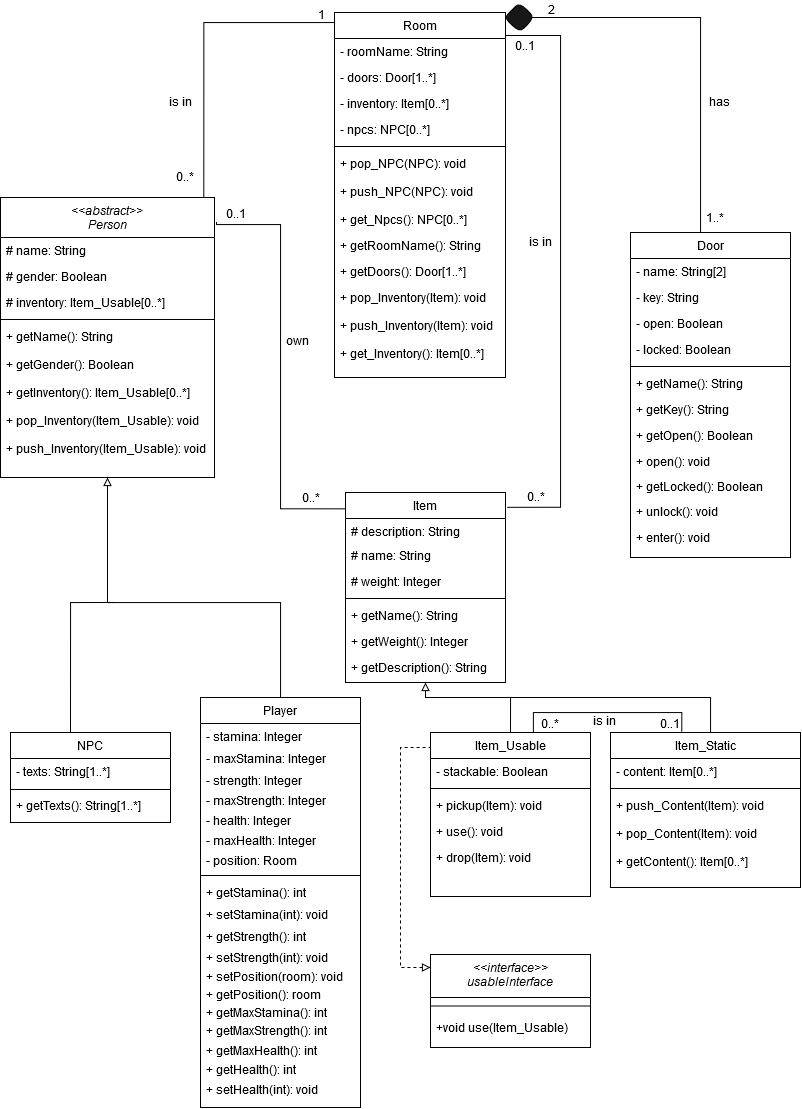
Earlier version of the draw.io export Klassendiagram.png (Elegond/AE-Text-Adventure). Source tidied: cells renumbered, new cells last; positions are measured from the earlier drawing's top-left corner, leaving out a move shared by most shapes.
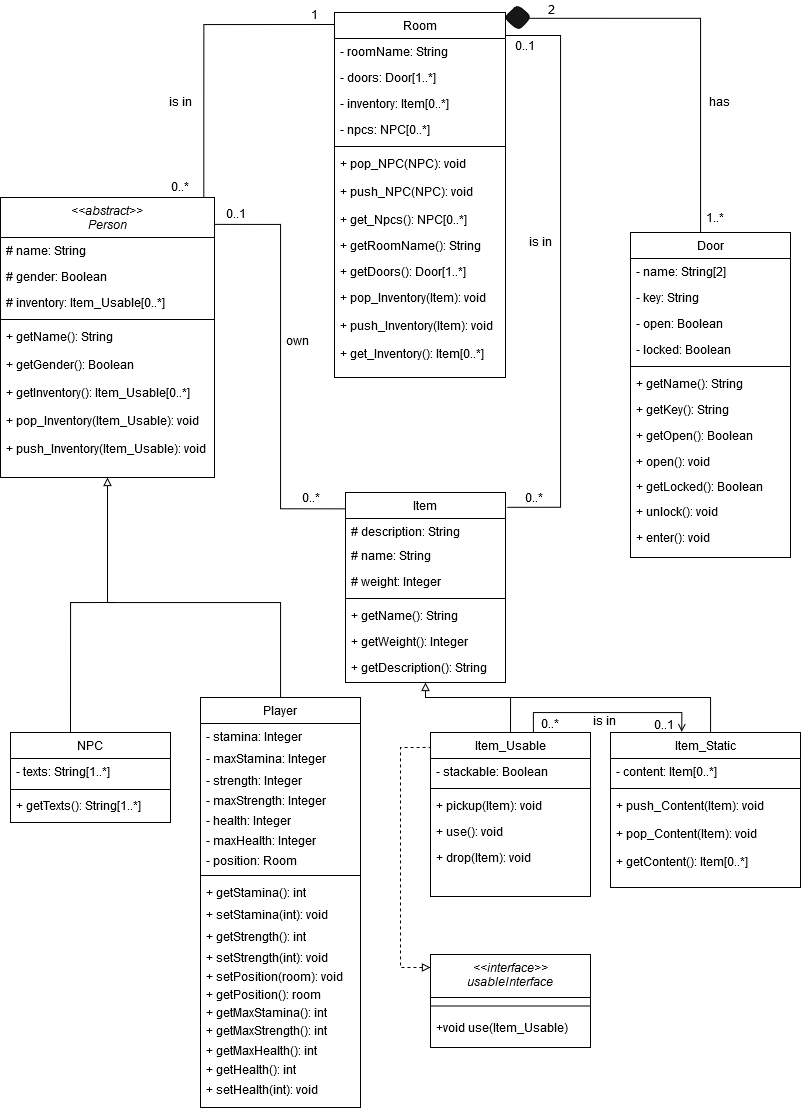
The same diagram one commit later.

What changed in the source:
```diff
@@ -2,11 +2,10 @@
   <root>
     <mxCell id="0" />
     <mxCell id="1" parent="0" />
-    <mxCell id="2" style="edgeStyle=orthogonalEdgeStyle;rounded=0;jettySize=auto;html=1;exitX=0.95;exitY=0.005;exitDx=0;exitDy=0;entryX=0;entryY=0;entryDx=0;entryDy=0;endArrow=none;endFill=0;exitPerimeter=0;" parent="1" edge="1" source="3" target="13">
+    <mxCell id="2" style="edgeStyle=orthogonalEdgeStyle;rounded=0;jettySize=auto;html=1;exitX=0.95;exitY=0.005;exitDx=0;exitDy=0;endArrow=none;endFill=0;exitPerimeter=0;entryX=1;entryY=1;entryDx=0;entryDy=0;" parent="1" edge="1" source="3" target="68">
       <mxGeometry relative="1" as="geometry">
         <Array as="points">
-          <mxPoint x="203" y="22" />
-          <mxPoint x="334" y="22" />
+          <mxPoint x="203" y="24" />
         </Array>
       </mxGeometry>
     </mxCell>
@@ -82,7 +81,7 @@
     <mxCell id="26" value="+ get_Inventory(): Item[0..*]" style="text;align=left;verticalAlign=top;spacingLeft=4;spacingRight=4;overflow=hidden;" parent="13" vertex="1">
       <mxGeometry y="328" width="171" height="26" as="geometry" />
     </mxCell>
-    <mxCell id="27" style="edgeStyle=orthogonalEdgeStyle;rounded=0;jettySize=auto;html=1;entryX=0;entryY=1;entryDx=0;entryDy=0;endArrow=none;endFill=0;exitX=0.002;exitY=0.086;exitDx=0;exitDy=0;exitPerimeter=0;" parent="1" edge="1" source="28" target="71">
+    <mxCell id="27" style="edgeStyle=orthogonalEdgeStyle;rounded=0;jettySize=auto;html=1;entryX=0.998;entryY=0.096;entryDx=0;entryDy=0;endArrow=none;endFill=0;exitX=0.002;exitY=0.086;exitDx=0;exitDy=0;exitPerimeter=0;entryPerimeter=0;" parent="1" edge="1" source="28" target="3">
       <mxGeometry relative="1" as="geometry">
         <Array as="points">
           <mxPoint x="280" y="508" />
@@ -177,10 +176,10 @@
     <mxCell id="50" value="+ drop(Item): void" style="text;align=left;verticalAlign=top;spacingLeft=4;spacingRight=4;overflow=hidden;" parent="45" vertex="1">
       <mxGeometry y="112" width="160" height="26" as="geometry" />
     </mxCell>
-    <mxCell id="51" style="edgeStyle=orthogonalEdgeStyle;rounded=0;jettySize=auto;html=1;endArrow=none;endFill=0;entryX=0;entryY=1;entryDx=0;entryDy=0;" parent="1" edge="1" source="52" target="64">
+    <mxCell id="51" style="edgeStyle=orthogonalEdgeStyle;rounded=0;jettySize=auto;html=1;endArrow=none;endFill=0;entryX=0.859;entryY=0.531;entryDx=0;entryDy=0;entryPerimeter=0;" parent="1" edge="1" source="52" target="85">
       <mxGeometry relative="1" as="geometry">
         <Array as="points">
-          <mxPoint x="700" y="17" />
+          <mxPoint x="700" y="18" />
         </Array>
       </mxGeometry>
     </mxCell>
@@ -233,10 +232,10 @@
       <mxGeometry x="277" y="332" width="40" height="17" as="geometry" />
     </mxCell>
     <mxCell id="68" value="1" style="text;html=1;strokeColor=none;fillColor=none;align=center;verticalAlign=middle;whiteSpace=wrap;rounded=0;" parent="1" vertex="1">
-      <mxGeometry x="301" y="4" width="40" height="20" as="geometry" />
+      <mxGeometry x="294" y="4" width="40" height="20" as="geometry" />
     </mxCell>
     <mxCell id="69" value="0..*" style="text;html=1;strokeColor=none;fillColor=none;align=center;verticalAlign=middle;whiteSpace=wrap;rounded=0;" parent="1" vertex="1">
-      <mxGeometry x="165" y="167" width="40" height="17" as="geometry" />
+      <mxGeometry x="160" y="177" width="40" height="17" as="geometry" />
     </mxCell>
     <mxCell id="70" value="is in" style="text;html=1;strokeColor=none;fillColor=none;align=center;verticalAlign=middle;whiteSpace=wrap;rounded=0;" parent="1" vertex="1">
       <mxGeometry x="520" y="232" width="40" height="17" as="geometry" />
@@ -251,7 +250,7 @@
       <mxGeometry x="160" y="92" width="40" height="17" as="geometry" />
     </mxCell>
     <mxCell id="74" value="0..*" style="text;html=1;strokeColor=none;fillColor=none;align=center;verticalAlign=middle;whiteSpace=wrap;rounded=0;" parent="1" vertex="1">
-      <mxGeometry x="516" y="488" width="40" height="15" as="geometry" />
+      <mxGeometry x="514" y="489" width="40" height="15" as="geometry" />
     </mxCell>
     <mxCell id="75" style="edgeStyle=orthogonalEdgeStyle;rounded=0;jettySize=auto;html=1;endArrow=block;endFill=0;entryX=0.5;entryY=1;entryDx=0;entryDy=0;" parent="1" edge="1" source="90" target="3">
       <mxGeometry relative="1" as="geometry">
@@ -281,7 +280,7 @@
     <mxCell id="80" value="+ getTexts(): String[1..*]" style="text;align=left;verticalAlign=top;spacingLeft=4;spacingRight=4;overflow=hidden;" parent="77" vertex="1">
       <mxGeometry y="60" width="160" height="28" as="geometry" />
     </mxCell>
-    <mxCell id="81" style="edgeStyle=orthogonalEdgeStyle;rounded=0;jettySize=auto;html=1;endArrow=none;endFill=0;exitX=0.643;exitY=-0.001;exitDx=0;exitDy=0;exitPerimeter=0;entryX=0.375;entryY=-0.004;entryDx=0;entryDy=0;entryPerimeter=0;" parent="1" edge="1" source="45" target="38">
+    <mxCell id="81" style="edgeStyle=orthogonalEdgeStyle;rounded=0;jettySize=auto;html=1;endArrow=open;endFill=0;exitX=0.643;exitY=-0.001;exitDx=0;exitDy=0;exitPerimeter=0;entryX=0.375;entryY=-0.004;entryDx=0;entryDy=0;entryPerimeter=0;startArrow=none;startFill=0;" parent="1" edge="1" source="45" target="38">
       <mxGeometry relative="1" as="geometry">
         <Array as="points">
           <mxPoint x="553" y="712" />
@@ -296,10 +295,10 @@
       <mxGeometry x="530" y="715" width="40" height="17" as="geometry" />
     </mxCell>
     <mxCell id="84" value="0..1" style="text;html=1;strokeColor=none;fillColor=none;align=center;verticalAlign=middle;whiteSpace=wrap;rounded=0;" parent="1" vertex="1">
-      <mxGeometry x="650" y="715" width="40" height="17" as="geometry" />
+      <mxGeometry x="644" y="713.5" width="40" height="21" as="geometry" />
     </mxCell>
     <mxCell id="85" style="rhombus;whiteSpace=wrap;html=1;rounded=1;fillColor=#171717;" parent="1" vertex="1">
-      <mxGeometry x="504" y="2" width="30" height="30" as="geometry" />
+      <mxGeometry x="504" y="4" width="27" height="26" as="geometry" />
     </mxCell>
     <mxCell id="86" style="endArrow=none;dashed=1;html=1;entryX=0.025;entryY=0.091;entryDx=0;entryDy=0;entryPerimeter=0;rounded=0;startArrow=block;startFill=0;" parent="1" edge="1">
       <mxGeometry relative="1" as="geometry">
```
